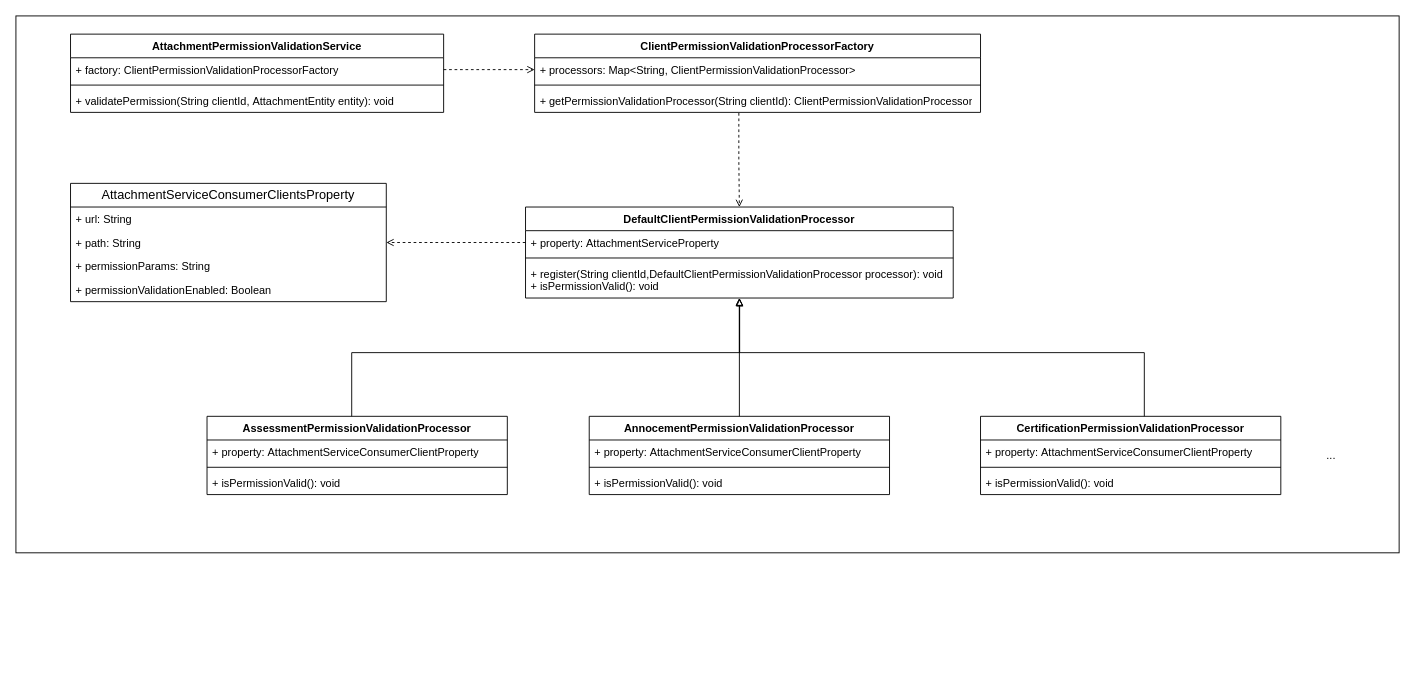
Before: page "Permission Check Class" (3 of 8) of attachment-service.drawio in huangshijie/Drawio, a draw.io diagram. Source tidied: cells renumbered, new cells numbered last; positions are measured from the earlier drawing's top-left corner, leaving out a move shared by most shapes. Both pictures are drawn from the tidied source at 91%, with x=0, y=0 at pixel (15, 15).
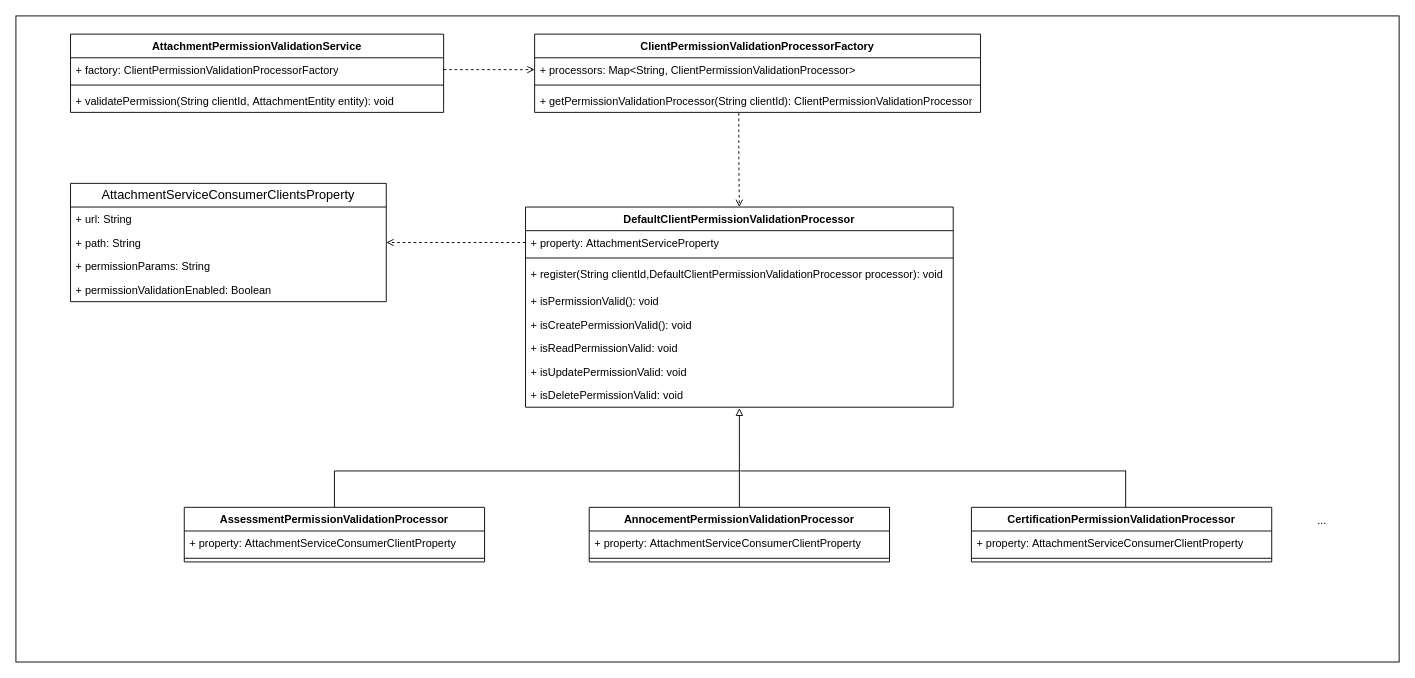
The same diagram, later.

Change to the diagram source:
```diff
@@
     <mxCell id="2" style="rounded=0;whiteSpace=wrap;html=1;" parent="1" vertex="1">
-      <mxGeometry width="1520" height="590" as="geometry" />
+      <mxGeometry width="1520" height="710" as="geometry" />
     </mxCell>
@@
     <mxCell id="7" value="DefaultClientPermissionValidationProcessor" style="swimlane;fontStyle=1;align=center;verticalAlign=top;horizontal=1;startSize=26;whiteSpace=wrap;html=1;" parent="1" vertex="1">
-      <mxGeometry x="560" y="210" width="470" height="100" as="geometry" />
+      <mxGeometry x="560" y="210" width="470" height="220" as="geometry" />
     </mxCell>
@@
-    <mxCell id="10" value="+ register(String clientId,DefaultClientPermissionValidationProcessor processor): void&lt;br&gt;+ isPermissionValid(): void" style="text;strokeColor=none;fillColor=none;align=left;verticalAlign=top;spacingLeft=4;spacingRight=4;overflow=hidden;points=[[0,0.5],[1,0.5]];portConstraint=eastwest;whiteSpace=wrap;html=1;" parent="7" vertex="1">
-      <mxGeometry y="60" width="470" height="40" as="geometry" />
+    <mxCell id="10" value="+ register(String clientId,DefaultClientPermissionValidationProcessor processor): void" style="text;strokeColor=none;fillColor=none;align=left;verticalAlign=top;spacingLeft=4;spacingRight=4;overflow=hidden;points=[[0,0.5],[1,0.5]];portConstraint=eastwest;whiteSpace=wrap;html=1;" parent="7" vertex="1">
+      <mxGeometry y="60" width="470" height="30" as="geometry" />
     </mxCell>
+    <mxCell id="14" value="+ isPermissionValid(): void" style="text;strokeColor=none;fillColor=none;align=left;verticalAlign=top;spacingLeft=4;spacingRight=4;overflow=hidden;whiteSpace=wrap;html=1;" parent="7" vertex="1">
+      <mxGeometry y="90" width="470" height="26" as="geometry" />
+    </mxCell>
+    <mxCell id="41" value="+ isCreatePermissionValid(): void" style="text;strokeColor=none;fillColor=none;align=left;verticalAlign=top;spacingLeft=4;spacingRight=4;overflow=hidden;whiteSpace=wrap;html=1;" parent="7" vertex="1">
+      <mxGeometry y="116" width="470" height="26" as="geometry" />
+    </mxCell>
+    <mxCell id="42" value="+ isReadPermissionValid: void" style="text;strokeColor=none;fillColor=none;align=left;verticalAlign=top;spacingLeft=4;spacingRight=4;overflow=hidden;whiteSpace=wrap;html=1;" parent="7" vertex="1">
+      <mxGeometry y="142" width="470" height="26" as="geometry" />
+    </mxCell>
+    <mxCell id="43" value="+ isUpdatePermissionValid: void" style="text;strokeColor=none;fillColor=none;align=left;verticalAlign=top;spacingLeft=4;spacingRight=4;overflow=hidden;whiteSpace=wrap;html=1;" parent="7" vertex="1">
+      <mxGeometry y="168" width="470" height="26" as="geometry" />
+    </mxCell>
+    <mxCell id="44" value="+ isDeletePermissionValid: void" style="text;strokeColor=none;fillColor=none;align=left;verticalAlign=top;spacingLeft=4;spacingRight=4;overflow=hidden;whiteSpace=wrap;html=1;" parent="7" vertex="1">
+      <mxGeometry y="194" width="470" height="26" as="geometry" />
+    </mxCell>
     <mxCell id="11" value="AssessmentPermissionValidationProcessor" style="swimlane;fontStyle=1;align=center;verticalAlign=top;horizontal=1;startSize=26;whiteSpace=wrap;html=1;" parent="1" vertex="1">
-      <mxGeometry x="210" y="440" width="330" height="86" as="geometry" />
+      <mxGeometry x="185" y="540" width="330" height="60" as="geometry" />
     </mxCell>
@@
-    <mxCell id="14" value="+ isPermissionValid(): void" style="text;strokeColor=none;fillColor=none;align=left;verticalAlign=top;spacingLeft=4;spacingRight=4;overflow=hidden;whiteSpace=wrap;html=1;" parent="11" vertex="1">
-      <mxGeometry y="60" width="330" height="26" as="geometry" />
-    </mxCell>
     <mxCell id="15" value="CertificationPermissionValidationProcessor" style="swimlane;fontStyle=1;align=center;verticalAlign=top;horizontal=1;startSize=26;whiteSpace=wrap;html=1;" parent="1" vertex="1">
-      <mxGeometry x="1060" y="440" width="330" height="86" as="geometry" />
+      <mxGeometry x="1050" y="540" width="330" height="60" as="geometry" />
     </mxCell>
@@
-    <mxCell id="18" value="+ isPermissionValid(): void" style="text;strokeColor=none;fillColor=none;align=left;verticalAlign=top;spacingLeft=4;spacingRight=4;overflow=hidden;whiteSpace=wrap;html=1;" parent="15" vertex="1">
-      <mxGeometry y="60" width="330" height="26" as="geometry" />
-    </mxCell>
+    <mxCell id="45" style="edgeStyle=orthogonalEdgeStyle;rounded=0;jettySize=auto;html=1;exitX=0.5;exitY=0;exitDx=0;exitDy=0;endArrow=block;endFill=0;" parent="1" edge="1" source="19">
+      <mxGeometry relative="1" as="geometry">
+        <mxPoint x="795" y="431" as="targetPoint" />
+      </mxGeometry>
+    </mxCell>
     <mxCell id="19" value="AnnocementPermissionValidationProcessor" style="swimlane;fontStyle=1;align=center;verticalAlign=top;horizontal=1;startSize=26;whiteSpace=wrap;html=1;" parent="1" vertex="1">
-      <mxGeometry x="630" y="440" width="330" height="86" as="geometry" />
+      <mxGeometry x="630" y="540" width="330" height="60" as="geometry" />
     </mxCell>
@@
-    <mxCell id="22" value="+ isPermissionValid(): void" style="text;strokeColor=none;fillColor=none;align=left;verticalAlign=top;spacingLeft=4;spacingRight=4;overflow=hidden;whiteSpace=wrap;html=1;" parent="19" vertex="1">
-      <mxGeometry y="60" width="330" height="26" as="geometry" />
-    </mxCell>
@@
     <mxCell id="34" value="..." style="text;html=1;align=center;verticalAlign=middle;strokeColor=none;fillColor=none;" parent="1" vertex="1">
-      <mxGeometry x="1430" y="468" width="30" height="30" as="geometry" />
+      <mxGeometry x="1420" y="540" width="30" height="30" as="geometry" />
     </mxCell>
-    <mxCell id="35" style="endArrow=block;html=1;rounded=0;endFill=0;entryX=0.503;entryY=1.021;entryDx=0;entryDy=0;entryPerimeter=0;edgeStyle=orthogonalEdgeStyle;" parent="1" edge="1">
-      <mxGeometry relative="1" as="geometry">
-        <mxPoint x="369" y="440" as="sourcePoint" />
-        <mxPoint x="795.3" y="310.8" as="targetPoint" />
-        <Array as="points">
-          <mxPoint x="369" y="370" />
-          <mxPoint x="795" y="370" />
-        </Array>
-      </mxGeometry>
-    </mxCell>
-    <mxCell id="36" style="endArrow=block;html=1;rounded=0;endFill=0;exitX=0.5;exitY=0;exitDx=0;exitDy=0;" parent="1" edge="1" source="19" target="10">
-      <mxGeometry relative="1" as="geometry" />
-    </mxCell>
-    <mxCell id="37" style="endArrow=block;html=1;rounded=0;endFill=0;exitX=0.5;exitY=0;exitDx=0;exitDy=0;edgeStyle=orthogonalEdgeStyle;" parent="1" edge="1">
-      <mxGeometry relative="1" as="geometry">
-        <mxPoint x="1240" y="440" as="sourcePoint" />
-        <mxPoint x="795" y="310" as="targetPoint" />
-        <Array as="points">
-          <mxPoint x="1240" y="370" />
-          <mxPoint x="795" y="370" />
-        </Array>
-      </mxGeometry>
-    </mxCell>
@@
+    <mxCell id="46" style="group;" parent="1" vertex="1">
+      <mxGeometry x="350" y="500" width="445" height="40" as="geometry" />
+    </mxCell>
+    <mxCell id="47" style="endArrow=none;html=1;rounded=0;" parent="46" edge="1">
+      <mxGeometry relative="1" as="geometry">
+        <mxPoint as="sourcePoint" />
+        <mxPoint x="445" as="targetPoint" />
+      </mxGeometry>
+    </mxCell>
+    <mxCell id="48" style="endArrow=none;html=1;rounded=0;" parent="46" edge="1">
+      <mxGeometry relative="1" as="geometry">
+        <mxPoint y="40" as="sourcePoint" />
+        <mxPoint as="targetPoint" />
+      </mxGeometry>
+    </mxCell>
+    <mxCell id="49" style="group;" parent="1" vertex="1">
+      <mxGeometry x="796" y="500" width="424" height="40" as="geometry" />
+    </mxCell>
+    <mxCell id="50" style="endArrow=none;html=1;rounded=0;" parent="49" edge="1">
+      <mxGeometry relative="1" as="geometry">
+        <mxPoint as="sourcePoint" />
+        <mxPoint x="424" as="targetPoint" />
+      </mxGeometry>
+    </mxCell>
+    <mxCell id="51" style="endArrow=none;html=1;rounded=0;" parent="49" edge="1">
+      <mxGeometry relative="1" as="geometry">
+        <mxPoint x="423.5" y="40" as="sourcePoint" />
+        <mxPoint x="423.5" as="targetPoint" />
+      </mxGeometry>
+    </mxCell>
```
